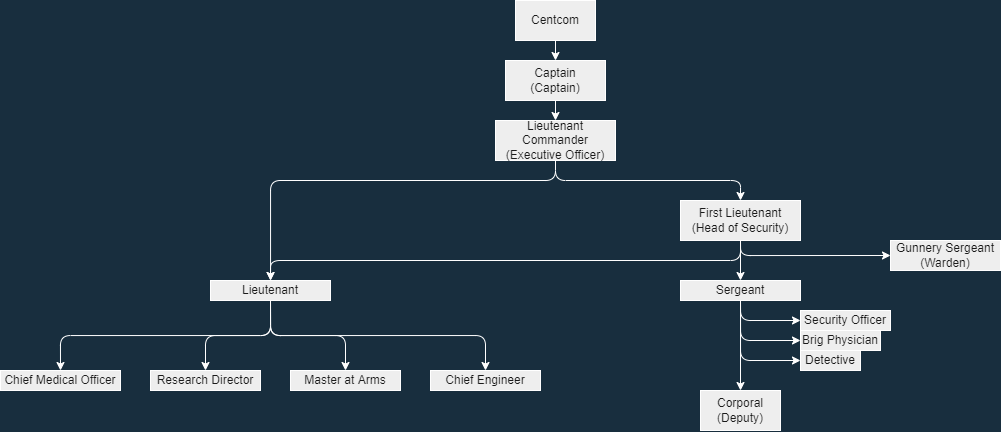
This is ChainofCommandJobs.drawio.png from Bobbanz1/The-NSV-Chart, a draw.io export, as it was before one commit. Source tidied: cells renumbered, new cells last; positions are measured from the earlier drawing's top-left corner, leaving out a move shared by most shapes. The source it was exported from:
```xml
<mxGraphModel background="#182E3E">
  <root>
    <mxCell id="0" />
    <mxCell id="1" parent="0" />
    <mxCell id="2" style="edgeStyle=orthogonalEdgeStyle;curved=0;rounded=1;sketch=0;jettySize=auto;html=1;exitX=0.5;exitY=1;exitDx=0;exitDy=0;entryX=0.5;entryY=0;entryDx=0;entryDy=0;fontColor=#FFFFFF;strokeColor=#FFFFFF;" parent="1" edge="1" source="3" target="5">
      <mxGeometry relative="1" as="geometry" />
    </mxCell>
    <mxCell id="3" value="Centcom" style="rounded=0;whiteSpace=wrap;html=1;fillColor=#EEEEEE;strokeColor=#FFFFFF;fontColor=#1A1A1A;" parent="1" vertex="1">
      <mxGeometry x="515" width="80" height="40" as="geometry" />
    </mxCell>
    <mxCell id="4" style="edgeStyle=orthogonalEdgeStyle;curved=0;rounded=1;sketch=0;jettySize=auto;html=1;fontColor=#FFFFFF;strokeColor=#FFFFFF;" parent="1" edge="1" source="5" target="8">
      <mxGeometry relative="1" as="geometry" />
    </mxCell>
    <mxCell id="5" value="Captain&lt;br&gt;(Captain)" style="rounded=0;whiteSpace=wrap;html=1;fillColor=#EEEEEE;strokeColor=#FFFFFF;fontColor=#1A1A1A;" parent="1" vertex="1">
      <mxGeometry x="505" y="60" width="100" height="40" as="geometry" />
    </mxCell>
    <mxCell id="6" style="edgeStyle=orthogonalEdgeStyle;curved=0;rounded=1;sketch=0;jettySize=auto;html=1;fontColor=#FFFFFF;strokeColor=#FFFFFF;exitX=0.5;exitY=1;exitDx=0;exitDy=0;" parent="1" edge="1" source="8" target="23">
      <mxGeometry relative="1" as="geometry">
        <Array as="points">
          <mxPoint x="555" y="180" />
          <mxPoint x="270" y="180" />
        </Array>
      </mxGeometry>
    </mxCell>
    <mxCell id="7" style="edgeStyle=orthogonalEdgeStyle;curved=0;rounded=1;sketch=0;jettySize=auto;html=1;entryX=0.5;entryY=0;entryDx=0;entryDy=0;fontColor=#FFFFFF;strokeColor=#FFFFFF;exitX=0.5;exitY=1;exitDx=0;exitDy=0;" parent="1" edge="1" source="8" target="12">
      <mxGeometry relative="1" as="geometry" />
    </mxCell>
    <mxCell id="8" value="Lieutenant Commander&lt;br&gt;(Executive Officer)" style="rounded=0;whiteSpace=wrap;html=1;fillColor=#EEEEEE;strokeColor=#FFFFFF;fontColor=#1A1A1A;gradientColor=none;" parent="1" vertex="1">
      <mxGeometry x="495" y="120" width="120" height="40" as="geometry" />
    </mxCell>
    <mxCell id="9" style="edgeStyle=orthogonalEdgeStyle;curved=0;rounded=1;sketch=0;jettySize=auto;html=1;fontColor=#FFFFFF;strokeColor=#FFFFFF;" parent="1" edge="1" source="12" target="28">
      <mxGeometry relative="1" as="geometry" />
    </mxCell>
    <mxCell id="10" style="edgeStyle=orthogonalEdgeStyle;curved=0;rounded=1;sketch=0;jettySize=auto;html=1;fontColor=#FFFFFF;strokeColor=#FFFFFF;exitX=0.5;exitY=1;exitDx=0;exitDy=0;entryX=0;entryY=0.5;entryDx=0;entryDy=0;" parent="1" edge="1" source="12" target="13">
      <mxGeometry relative="1" as="geometry">
        <Array as="points">
          <mxPoint x="740" y="255" />
        </Array>
      </mxGeometry>
    </mxCell>
    <mxCell id="11" style="edgeStyle=orthogonalEdgeStyle;curved=0;rounded=1;sketch=0;jettySize=auto;html=1;entryX=0.5;entryY=0;entryDx=0;entryDy=0;fontColor=#FFFFFF;strokeColor=#FFFFFF;exitX=0.5;exitY=1;exitDx=0;exitDy=0;" parent="1" edge="1" source="12" target="23">
      <mxGeometry relative="1" as="geometry" />
    </mxCell>
    <mxCell id="12" value="First Lieutenant&lt;br&gt;(Head of Security)" style="rounded=0;whiteSpace=wrap;html=1;fillColor=#EEEEEE;strokeColor=#FFFFFF;fontColor=#1A1A1A;gradientColor=none;" parent="1" vertex="1">
      <mxGeometry x="680" y="200" width="120" height="40" as="geometry" />
    </mxCell>
    <mxCell id="13" value="Gunnery Sergeant&lt;br&gt;(Warden)" style="rounded=0;whiteSpace=wrap;html=1;fillColor=#EEEEEE;strokeColor=#FFFFFF;fontColor=#1A1A1A;gradientColor=none;" parent="1" vertex="1">
      <mxGeometry x="890" y="240" width="110" height="30" as="geometry" />
    </mxCell>
    <mxCell id="14" style="edgeStyle=orthogonalEdgeStyle;curved=0;rounded=1;sketch=0;jettySize=auto;html=1;fontColor=#FFFFFF;strokeColor=#FFFFFF;" parent="1" edge="1" source="28" target="18">
      <mxGeometry relative="1" as="geometry" />
    </mxCell>
    <mxCell id="15" value="Security Officer" style="whiteSpace=wrap;html=1;fillColor=#EEEEEE;strokeColor=#FFFFFF;fontColor=#1A1A1A;rounded=0;gradientColor=none;" parent="1" vertex="1">
      <mxGeometry x="800" y="310" width="90" height="20" as="geometry" />
    </mxCell>
    <mxCell id="16" value="Brig Physician" style="whiteSpace=wrap;html=1;fillColor=#EEEEEE;strokeColor=#FFFFFF;fontColor=#1A1A1A;rounded=0;gradientColor=none;" parent="1" vertex="1">
      <mxGeometry x="800" y="330" width="80" height="20" as="geometry" />
    </mxCell>
    <mxCell id="17" value="Detective" style="whiteSpace=wrap;html=1;fillColor=#EEEEEE;strokeColor=#FFFFFF;fontColor=#1A1A1A;rounded=0;gradientColor=none;" parent="1" vertex="1">
      <mxGeometry x="800" y="350" width="60" height="20" as="geometry" />
    </mxCell>
    <mxCell id="18" value="Corporal&lt;br&gt;(Deputy)" style="rounded=0;whiteSpace=wrap;html=1;fillColor=#EEEEEE;strokeColor=#FFFFFF;fontColor=#1A1A1A;gradientColor=none;" parent="1" vertex="1">
      <mxGeometry x="700" y="390" width="80" height="40" as="geometry" />
    </mxCell>
    <mxCell id="19" style="edgeStyle=orthogonalEdgeStyle;curved=0;rounded=1;sketch=0;jettySize=auto;html=1;exitX=0.5;exitY=1;exitDx=0;exitDy=0;entryX=0.5;entryY=0;entryDx=0;entryDy=0;fontColor=#FFFFFF;strokeColor=#FFFFFF;" parent="1" edge="1" source="23" target="24">
      <mxGeometry relative="1" as="geometry" />
    </mxCell>
    <mxCell id="20" style="edgeStyle=orthogonalEdgeStyle;curved=0;rounded=1;sketch=0;jettySize=auto;html=1;exitX=0.5;exitY=1;exitDx=0;exitDy=0;fontColor=#FFFFFF;strokeColor=#FFFFFF;" parent="1" edge="1" source="23" target="29">
      <mxGeometry relative="1" as="geometry" />
    </mxCell>
    <mxCell id="21" style="edgeStyle=orthogonalEdgeStyle;curved=0;rounded=1;sketch=0;jettySize=auto;html=1;exitX=0.5;exitY=1;exitDx=0;exitDy=0;entryX=0.5;entryY=0;entryDx=0;entryDy=0;fontColor=#FFFFFF;strokeColor=#FFFFFF;" parent="1" edge="1" source="23" target="30">
      <mxGeometry relative="1" as="geometry" />
    </mxCell>
    <mxCell id="22" style="edgeStyle=orthogonalEdgeStyle;curved=0;rounded=1;sketch=0;jettySize=auto;html=1;entryX=0.5;entryY=0;entryDx=0;entryDy=0;fontColor=#FFFFFF;strokeColor=#FFFFFF;exitX=0.5;exitY=1;exitDx=0;exitDy=0;" parent="1" edge="1" source="23" target="31">
      <mxGeometry relative="1" as="geometry" />
    </mxCell>
    <mxCell id="23" value="Lieutenant" style="rounded=0;whiteSpace=wrap;html=1;fillColor=#EEEEEE;strokeColor=#FFFFFF;fontColor=#1A1A1A;gradientColor=none;" parent="1" vertex="1">
      <mxGeometry x="210" y="280" width="120" height="20" as="geometry" />
    </mxCell>
    <mxCell id="24" value="Master at Arms" style="whiteSpace=wrap;html=1;fillColor=#EEEEEE;strokeColor=#FFFFFF;fontColor=#1A1A1A;rounded=0;gradientColor=none;" parent="1" vertex="1">
      <mxGeometry x="290" y="370" width="110" height="20" as="geometry" />
    </mxCell>
    <mxCell id="25" style="edgeStyle=orthogonalEdgeStyle;curved=0;rounded=1;sketch=0;jettySize=auto;html=1;entryX=0;entryY=0.5;entryDx=0;entryDy=0;fontColor=#FFFFFF;strokeColor=#FFFFFF;exitX=0.5;exitY=1;exitDx=0;exitDy=0;" parent="1" edge="1" source="28" target="15">
      <mxGeometry relative="1" as="geometry" />
    </mxCell>
    <mxCell id="26" style="edgeStyle=orthogonalEdgeStyle;curved=0;rounded=1;sketch=0;jettySize=auto;html=1;exitX=0.5;exitY=1;exitDx=0;exitDy=0;entryX=0;entryY=0.5;entryDx=0;entryDy=0;fontColor=#FFFFFF;strokeColor=#FFFFFF;" parent="1" edge="1" source="28" target="16">
      <mxGeometry relative="1" as="geometry" />
    </mxCell>
    <mxCell id="27" style="edgeStyle=orthogonalEdgeStyle;curved=0;rounded=1;sketch=0;jettySize=auto;html=1;exitX=0.5;exitY=1;exitDx=0;exitDy=0;entryX=0;entryY=0.5;entryDx=0;entryDy=0;fontColor=#FFFFFF;strokeColor=#FFFFFF;" parent="1" edge="1" source="28" target="17">
      <mxGeometry relative="1" as="geometry" />
    </mxCell>
    <mxCell id="28" value="Sergeant" style="rounded=0;whiteSpace=wrap;html=1;fillColor=#EEEEEE;strokeColor=#FFFFFF;fontColor=#1A1A1A;gradientColor=none;" parent="1" vertex="1">
      <mxGeometry x="680" y="280" width="120" height="20" as="geometry" />
    </mxCell>
    <mxCell id="29" value="Chief Engineer" style="whiteSpace=wrap;html=1;fillColor=#EEEEEE;strokeColor=#FFFFFF;fontColor=#1A1A1A;rounded=0;gradientColor=none;" parent="1" vertex="1">
      <mxGeometry x="430" y="370" width="110" height="20" as="geometry" />
    </mxCell>
    <mxCell id="30" value="Research Director" style="whiteSpace=wrap;html=1;fillColor=#EEEEEE;strokeColor=#FFFFFF;fontColor=#1A1A1A;rounded=0;gradientColor=none;" parent="1" vertex="1">
      <mxGeometry x="150" y="370" width="110" height="20" as="geometry" />
    </mxCell>
    <mxCell id="31" value="Chief Medical Officer" style="whiteSpace=wrap;html=1;fillColor=#EEEEEE;strokeColor=#FFFFFF;fontColor=#1A1A1A;rounded=0;gradientColor=none;" parent="1" vertex="1">
      <mxGeometry y="370" width="120" height="20" as="geometry" />
    </mxCell>
  </root>
</mxGraphModel>
```
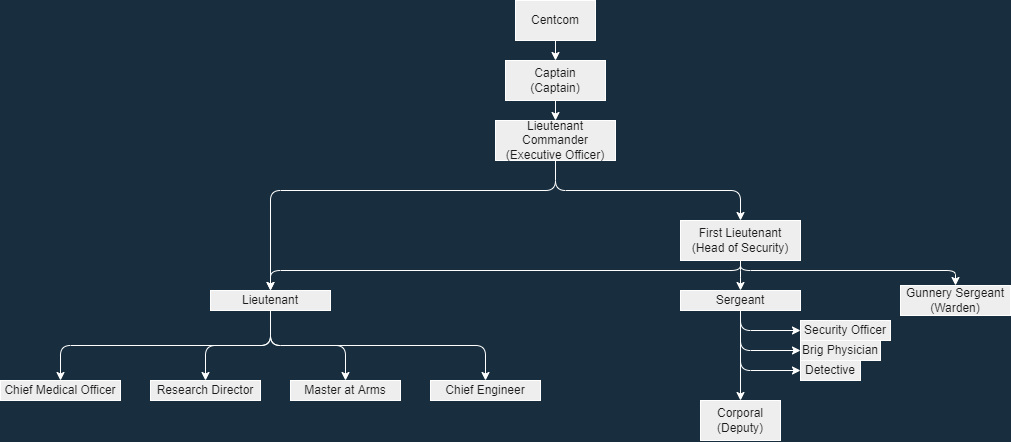
After the change.

Change to the diagram source:
```diff
@@ -6,13 +6,13 @@
       <mxGeometry relative="1" as="geometry" />
     </mxCell>
     <mxCell id="3" value="Centcom" style="rounded=0;whiteSpace=wrap;html=1;fillColor=#EEEEEE;strokeColor=#FFFFFF;fontColor=#1A1A1A;" parent="1" vertex="1">
-      <mxGeometry x="515" width="80" height="40" as="geometry" />
+      <mxGeometry x="515" y="-10" width="80" height="40" as="geometry" />
     </mxCell>
     <mxCell id="4" style="edgeStyle=orthogonalEdgeStyle;curved=0;rounded=1;sketch=0;jettySize=auto;html=1;fontColor=#FFFFFF;strokeColor=#FFFFFF;" parent="1" edge="1" source="5" target="8">
       <mxGeometry relative="1" as="geometry" />
     </mxCell>
     <mxCell id="5" value="Captain&lt;br&gt;(Captain)" style="rounded=0;whiteSpace=wrap;html=1;fillColor=#EEEEEE;strokeColor=#FFFFFF;fontColor=#1A1A1A;" parent="1" vertex="1">
-      <mxGeometry x="505" y="60" width="100" height="40" as="geometry" />
+      <mxGeometry x="505" y="50" width="100" height="40" as="geometry" />
     </mxCell>
     <mxCell id="6" style="edgeStyle=orthogonalEdgeStyle;curved=0;rounded=1;sketch=0;jettySize=auto;html=1;fontColor=#FFFFFF;strokeColor=#FFFFFF;exitX=0.5;exitY=1;exitDx=0;exitDy=0;" parent="1" edge="1" source="8" target="23">
       <mxGeometry relative="1" as="geometry">
@@ -26,26 +26,32 @@
       <mxGeometry relative="1" as="geometry" />
     </mxCell>
     <mxCell id="8" value="Lieutenant Commander&lt;br&gt;(Executive Officer)" style="rounded=0;whiteSpace=wrap;html=1;fillColor=#EEEEEE;strokeColor=#FFFFFF;fontColor=#1A1A1A;gradientColor=none;" parent="1" vertex="1">
-      <mxGeometry x="495" y="120" width="120" height="40" as="geometry" />
+      <mxGeometry x="495" y="110" width="120" height="40" as="geometry" />
     </mxCell>
     <mxCell id="9" style="edgeStyle=orthogonalEdgeStyle;curved=0;rounded=1;sketch=0;jettySize=auto;html=1;fontColor=#FFFFFF;strokeColor=#FFFFFF;" parent="1" edge="1" source="12" target="28">
       <mxGeometry relative="1" as="geometry" />
     </mxCell>
-    <mxCell id="10" style="edgeStyle=orthogonalEdgeStyle;curved=0;rounded=1;sketch=0;jettySize=auto;html=1;fontColor=#FFFFFF;strokeColor=#FFFFFF;exitX=0.5;exitY=1;exitDx=0;exitDy=0;entryX=0;entryY=0.5;entryDx=0;entryDy=0;" parent="1" edge="1" source="12" target="13">
+    <mxCell id="10" style="edgeStyle=orthogonalEdgeStyle;curved=0;rounded=1;sketch=0;jettySize=auto;html=1;fontColor=#FFFFFF;strokeColor=#FFFFFF;exitX=0.5;exitY=1;exitDx=0;exitDy=0;entryX=0.5;entryY=0;entryDx=0;entryDy=0;" parent="1" edge="1" source="12" target="13">
       <mxGeometry relative="1" as="geometry">
         <Array as="points">
-          <mxPoint x="740" y="255" />
+          <mxPoint x="740" y="260" />
+          <mxPoint x="955" y="260" />
         </Array>
       </mxGeometry>
     </mxCell>
     <mxCell id="11" style="edgeStyle=orthogonalEdgeStyle;curved=0;rounded=1;sketch=0;jettySize=auto;html=1;entryX=0.5;entryY=0;entryDx=0;entryDy=0;fontColor=#FFFFFF;strokeColor=#FFFFFF;exitX=0.5;exitY=1;exitDx=0;exitDy=0;" parent="1" edge="1" source="12" target="23">
-      <mxGeometry relative="1" as="geometry" />
+      <mxGeometry relative="1" as="geometry">
+        <Array as="points">
+          <mxPoint x="740" y="260" />
+          <mxPoint x="270" y="260" />
+        </Array>
+      </mxGeometry>
     </mxCell>
     <mxCell id="12" value="First Lieutenant&lt;br&gt;(Head of Security)" style="rounded=0;whiteSpace=wrap;html=1;fillColor=#EEEEEE;strokeColor=#FFFFFF;fontColor=#1A1A1A;gradientColor=none;" parent="1" vertex="1">
-      <mxGeometry x="680" y="200" width="120" height="40" as="geometry" />
+      <mxGeometry x="680" y="210" width="120" height="40" as="geometry" />
     </mxCell>
     <mxCell id="13" value="Gunnery Sergeant&lt;br&gt;(Warden)" style="rounded=0;whiteSpace=wrap;html=1;fillColor=#EEEEEE;strokeColor=#FFFFFF;fontColor=#1A1A1A;gradientColor=none;" parent="1" vertex="1">
-      <mxGeometry x="890" y="240" width="110" height="30" as="geometry" />
+      <mxGeometry x="900" y="275" width="110" height="30" as="geometry" />
     </mxCell>
     <mxCell id="14" style="edgeStyle=orthogonalEdgeStyle;curved=0;rounded=1;sketch=0;jettySize=auto;html=1;fontColor=#FFFFFF;strokeColor=#FFFFFF;" parent="1" edge="1" source="28" target="18">
       <mxGeometry relative="1" as="geometry" />
```
